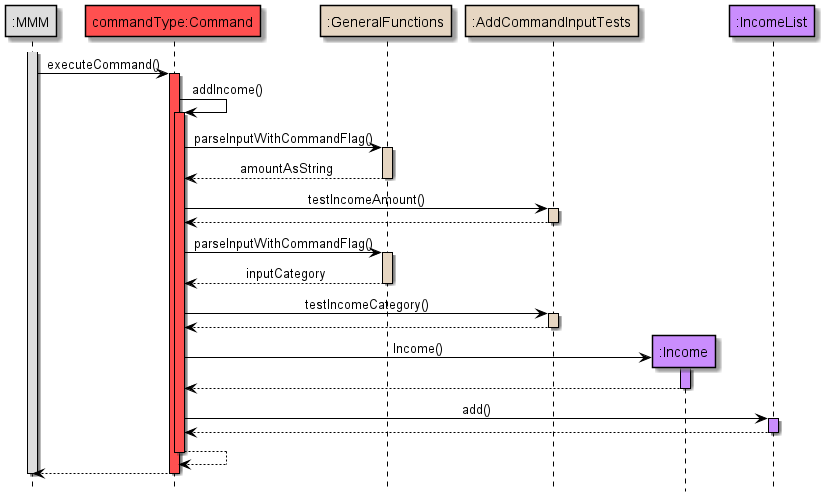
nus-cs2113-AY2122S2/tp keeps this PlantUML diagram as docs/images/AddIncomeSequenceDiagram.png. Above is the earlier version.
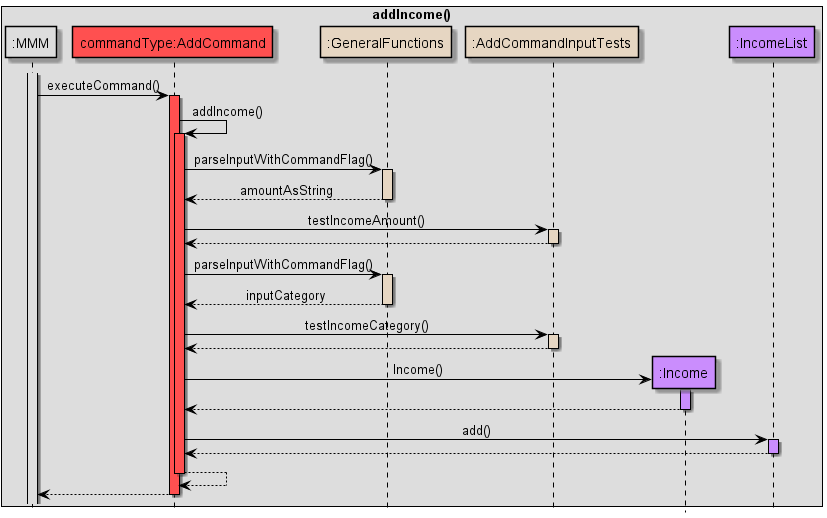
Later version of the same file.

Commit message:
Update current UML diagrams to have background

Change to the diagram source:
```diff
@@ -8,14 +8,17 @@
 ArrowColor black
 participantBorderColor black
 LifelineBorderColor black
+boxBorderColor black
 }
 
+box addIncome()
 participant ":MMM" as MMM MMM_COLOUR
-participant "commandType:Command" as C COMMANDS_COLOUR
+participant "commandType:AddCommand" as C COMMANDS_COLOUR
 participant ":GeneralFunctions" as GF HELPER_COLOUR
 participant ":AddCommandInputTests" as IT HELPER_COLOUR
 participant ":Income" as I USERFINANCIAL_COLOUR
 participant ":IncomeList" as IL USERFINANCIAL_COLOUR
+end box
 
 activate MMM MMM_COLOUR
 MMM -> C: executeCommand()
@@ -61,6 +64,4 @@
 C --> MMM
 deactivate
 
-deactivate MMM
-
 @enduml
```
